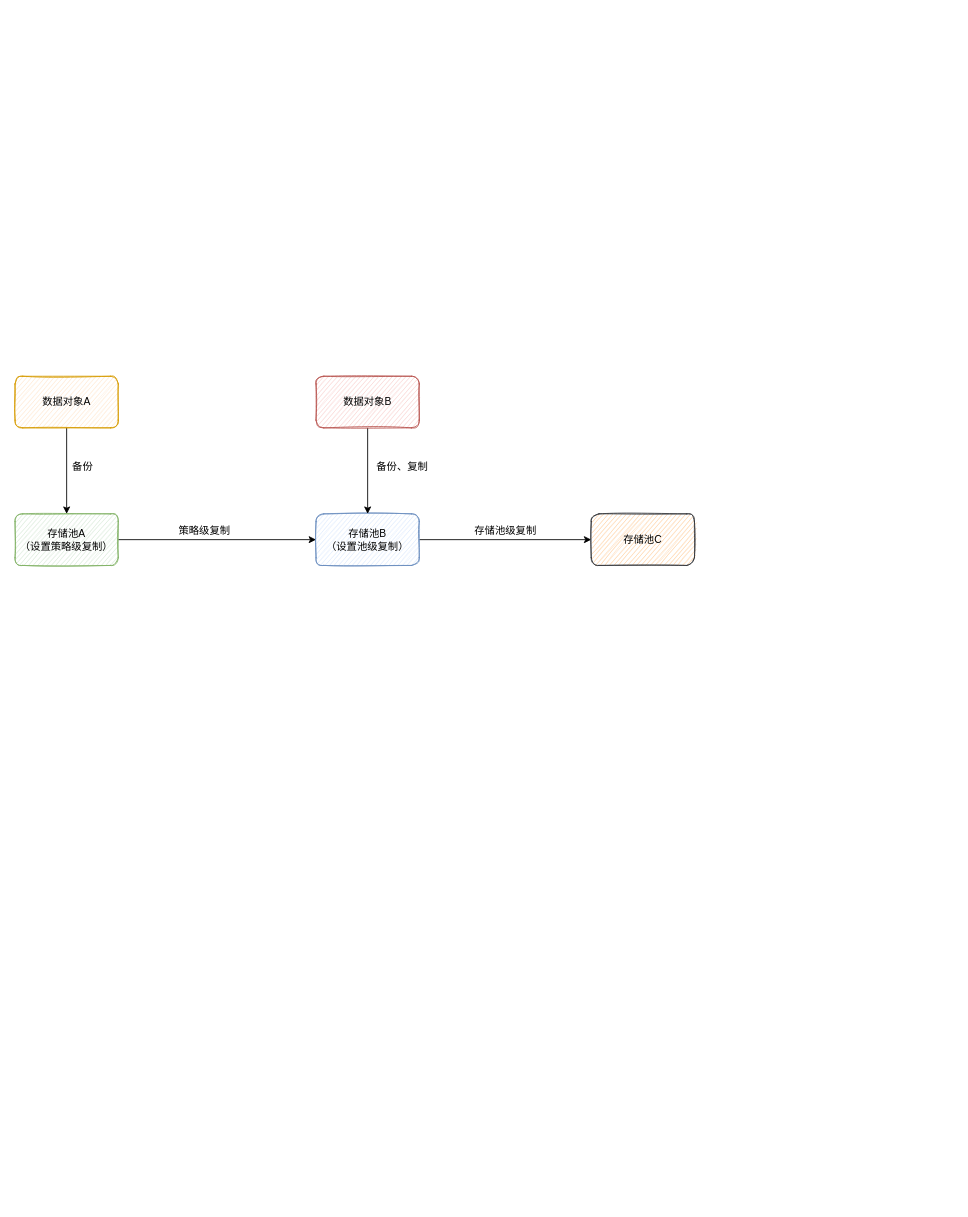
The draw.io diagram 未命名绘图.drawio in maqinzhang/diagrams, before the edit. Source tidied: cells renumbered, new cells numbered last; positions are measured from the earlier drawing's top-left corner, leaving out a move shared by most shapes. Both pictures are drawn from the tidied source at 86%, with x=0, y=0 at pixel (15, 376).
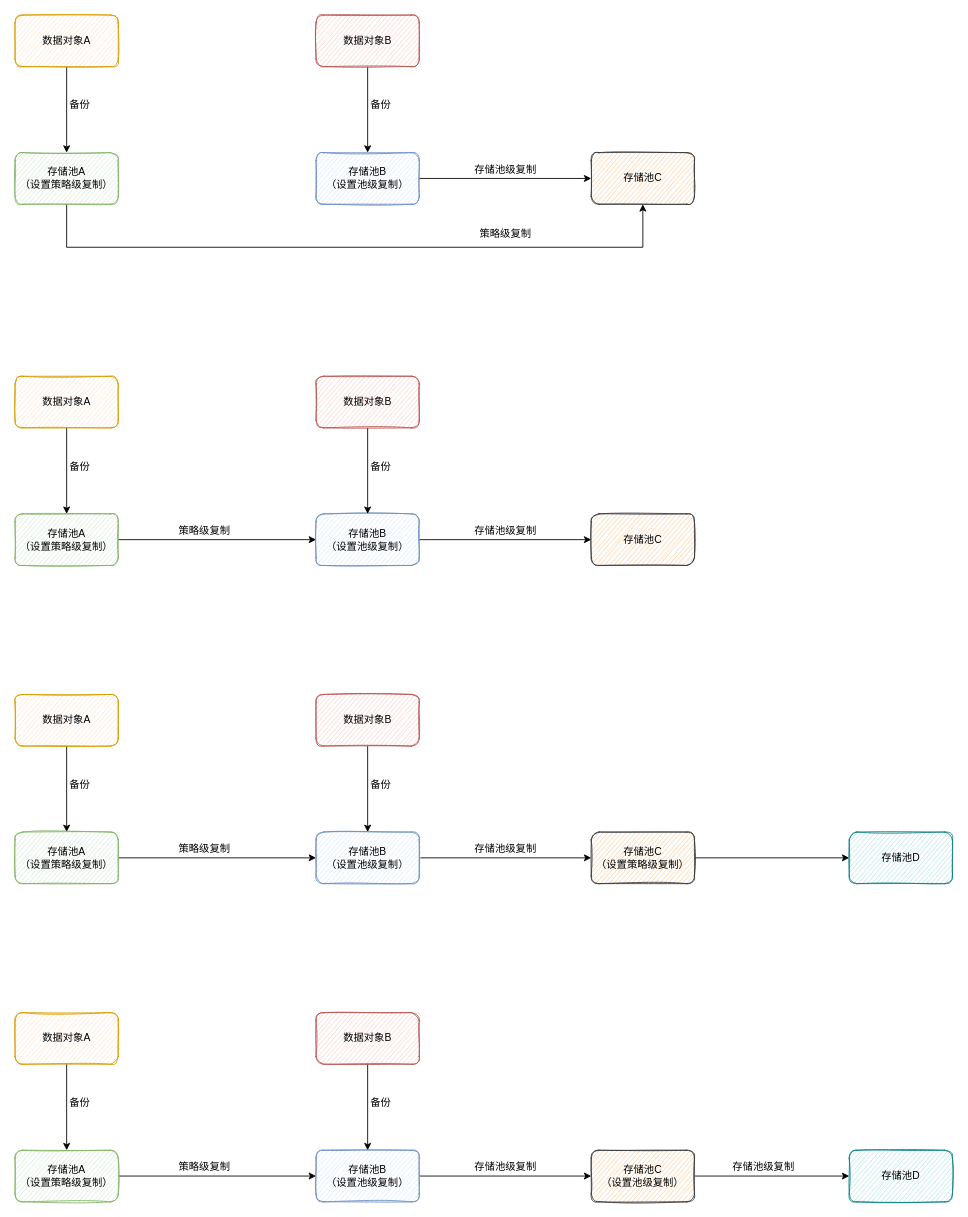
The same page after the edit.

Commit message:
存储池复制流程.drawio

Diff of the diagram source:
```diff
@@
-    <mxCell id="11" value="备份&amp;nbsp; &amp;nbsp;&amp;nbsp;" style="text;html=1;align=center;verticalAlign=middle;strokeColor=none;fillColor=none;" parent="1" vertex="1">
-      <mxGeometry x="55" y="90" width="60" height="30" as="geometry" />
+    <mxCell id="11" value="备份" style="text;html=1;align=center;verticalAlign=middle;strokeColor=none;fillColor=none;" parent="1" vertex="1">
+      <mxGeometry x="50" y="90" width="50" height="30" as="geometry" />
     </mxCell>
-    <mxCell id="12" value="备份、复制" style="text;html=1;align=center;verticalAlign=middle;strokeColor=none;fillColor=none;" parent="1" vertex="1">
-      <mxGeometry x="410" y="90" width="80" height="30" as="geometry" />
+    <mxCell id="12" value="备份" style="text;html=1;align=center;verticalAlign=middle;strokeColor=none;fillColor=none;" parent="1" vertex="1">
+      <mxGeometry x="400" y="90" width="50" height="30" as="geometry" />
     </mxCell>
@@
+    <mxCell id="15" style="edgeStyle=orthogonalEdgeStyle;rounded=0;jettySize=auto;html=1;" parent="1" edge="1" source="16" target="18">
+      <mxGeometry relative="1" as="geometry" />
+    </mxCell>
+    <mxCell id="16" value="数据对象A" style="rounded=1;whiteSpace=wrap;html=1;fillColor=#ffe6cc;strokeColor=#d79b00;glass=0;sketch=1;" parent="1" vertex="1">
+      <mxGeometry y="370" width="120" height="60" as="geometry" />
+    </mxCell>
+    <mxCell id="17" style="edgeStyle=orthogonalEdgeStyle;rounded=0;jettySize=auto;html=1;" parent="1" edge="1" source="18" target="20">
+      <mxGeometry relative="1" as="geometry" />
+    </mxCell>
+    <mxCell id="18" value="存储池A&lt;br&gt;（设置策略级复制）" style="rounded=1;whiteSpace=wrap;html=1;fillColor=#d5e8d4;strokeColor=#82b366;glass=0;sketch=1;" parent="1" vertex="1">
+      <mxGeometry y="530" width="120" height="60" as="geometry" />
+    </mxCell>
+    <mxCell id="19" style="edgeStyle=orthogonalEdgeStyle;rounded=0;jettySize=auto;html=1;" parent="1" edge="1" source="20" target="27">
+      <mxGeometry relative="1" as="geometry" />
+    </mxCell>
+    <mxCell id="20" value="存储池B&lt;br&gt;（设置池级复制）" style="rounded=1;whiteSpace=wrap;html=1;fillColor=#dae8fc;strokeColor=#6c8ebf;glass=0;sketch=1;" parent="1" vertex="1">
+      <mxGeometry x="350" y="530" width="120" height="60" as="geometry" />
+    </mxCell>
+    <mxCell id="21" value="策略级复制" style="text;html=1;align=center;verticalAlign=middle;strokeColor=none;fillColor=none;" parent="1" vertex="1">
+      <mxGeometry x="180" y="535" width="80" height="30" as="geometry" />
+    </mxCell>
+    <mxCell id="22" style="edgeStyle=orthogonalEdgeStyle;rounded=0;jettySize=auto;html=1;" parent="1" edge="1" source="23" target="20">
+      <mxGeometry relative="1" as="geometry" />
+    </mxCell>
+    <mxCell id="23" value="数据对象B" style="rounded=1;whiteSpace=wrap;html=1;fillColor=#f8cecc;strokeColor=#b85450;glass=0;sketch=1;" parent="1" vertex="1">
+      <mxGeometry x="350" y="370" width="120" height="60" as="geometry" />
+    </mxCell>
+    <mxCell id="24" value="备份" style="text;html=1;align=center;verticalAlign=middle;strokeColor=none;fillColor=none;" parent="1" vertex="1">
+      <mxGeometry x="50" y="460" width="50" height="30" as="geometry" />
+    </mxCell>
+    <mxCell id="25" value="备份" style="text;html=1;align=center;verticalAlign=middle;strokeColor=none;fillColor=none;" parent="1" vertex="1">
+      <mxGeometry x="400" y="460" width="50" height="30" as="geometry" />
+    </mxCell>
+    <mxCell id="26" style="edgeStyle=orthogonalEdgeStyle;rounded=0;jettySize=auto;html=1;" parent="1" edge="1" source="27" target="29">
+      <mxGeometry relative="1" as="geometry" />
+    </mxCell>
+    <mxCell id="27" value="存储池C&lt;br&gt;（设置策略级复制）" style="rounded=1;whiteSpace=wrap;html=1;fillColor=#ffcc99;strokeColor=#36393d;glass=0;sketch=1;" parent="1" vertex="1">
+      <mxGeometry x="670" y="530" width="120" height="60" as="geometry" />
+    </mxCell>
+    <mxCell id="28" value="存储池级复制" style="text;html=1;align=center;verticalAlign=middle;strokeColor=none;fillColor=none;" parent="1" vertex="1">
+      <mxGeometry x="520" y="535" width="100" height="30" as="geometry" />
+    </mxCell>
+    <mxCell id="29" value="存储池D" style="rounded=1;whiteSpace=wrap;html=1;fillColor=#b0e3e6;strokeColor=#0e8088;glass=0;sketch=1;" parent="1" vertex="1">
+      <mxGeometry x="970" y="530" width="120" height="60" as="geometry" />
+    </mxCell>
+    <mxCell id="30" style="edgeStyle=orthogonalEdgeStyle;rounded=0;jettySize=auto;html=1;" parent="1" edge="1" source="31" target="33">
+      <mxGeometry relative="1" as="geometry" />
+    </mxCell>
+    <mxCell id="31" value="数据对象A" style="rounded=1;whiteSpace=wrap;html=1;fillColor=#ffe6cc;strokeColor=#d79b00;glass=0;sketch=1;" parent="1" vertex="1">
+      <mxGeometry y="740" width="120" height="60" as="geometry" />
+    </mxCell>
+    <mxCell id="32" style="edgeStyle=orthogonalEdgeStyle;rounded=0;jettySize=auto;html=1;" parent="1" edge="1" source="33" target="35">
+      <mxGeometry relative="1" as="geometry" />
+    </mxCell>
+    <mxCell id="33" value="存储池A&lt;br&gt;（设置策略级复制）" style="rounded=1;whiteSpace=wrap;html=1;fillColor=#d5e8d4;strokeColor=#82b366;glass=0;sketch=1;" parent="1" vertex="1">
+      <mxGeometry y="900" width="120" height="60" as="geometry" />
+    </mxCell>
+    <mxCell id="34" style="edgeStyle=orthogonalEdgeStyle;rounded=0;jettySize=auto;html=1;" parent="1" edge="1" source="35" target="42">
+      <mxGeometry relative="1" as="geometry" />
+    </mxCell>
+    <mxCell id="35" value="存储池B&lt;br&gt;（设置池级复制）" style="rounded=1;whiteSpace=wrap;html=1;fillColor=#dae8fc;strokeColor=#6c8ebf;glass=0;sketch=1;" parent="1" vertex="1">
+      <mxGeometry x="350" y="900" width="120" height="60" as="geometry" />
+    </mxCell>
+    <mxCell id="36" value="策略级复制" style="text;html=1;align=center;verticalAlign=middle;strokeColor=none;fillColor=none;" parent="1" vertex="1">
+      <mxGeometry x="180" y="905" width="80" height="30" as="geometry" />
+    </mxCell>
+    <mxCell id="37" style="edgeStyle=orthogonalEdgeStyle;rounded=0;jettySize=auto;html=1;" parent="1" edge="1" source="38" target="35">
+      <mxGeometry relative="1" as="geometry" />
+    </mxCell>
+    <mxCell id="38" value="数据对象B" style="rounded=1;whiteSpace=wrap;html=1;fillColor=#f8cecc;strokeColor=#b85450;glass=0;sketch=1;" parent="1" vertex="1">
+      <mxGeometry x="350" y="740" width="120" height="60" as="geometry" />
+    </mxCell>
+    <mxCell id="39" value="备份" style="text;html=1;align=center;verticalAlign=middle;strokeColor=none;fillColor=none;" parent="1" vertex="1">
+      <mxGeometry x="50" y="830" width="50" height="30" as="geometry" />
+    </mxCell>
+    <mxCell id="40" value="备份" style="text;html=1;align=center;verticalAlign=middle;strokeColor=none;fillColor=none;" parent="1" vertex="1">
+      <mxGeometry x="400" y="830" width="50" height="30" as="geometry" />
+    </mxCell>
+    <mxCell id="41" style="edgeStyle=orthogonalEdgeStyle;rounded=0;jettySize=auto;html=1;" parent="1" edge="1" source="42" target="44">
+      <mxGeometry relative="1" as="geometry" />
+    </mxCell>
+    <mxCell id="42" value="存储池C&lt;br&gt;（设置池级复制）" style="rounded=1;whiteSpace=wrap;html=1;fillColor=#ffcc99;strokeColor=#36393d;glass=0;sketch=1;" parent="1" vertex="1">
+      <mxGeometry x="670" y="900" width="120" height="60" as="geometry" />
+    </mxCell>
+    <mxCell id="43" value="存储池级复制" style="text;html=1;align=center;verticalAlign=middle;strokeColor=none;fillColor=none;" parent="1" vertex="1">
+      <mxGeometry x="520" y="905" width="100" height="30" as="geometry" />
+    </mxCell>
+    <mxCell id="44" value="存储池D" style="rounded=1;whiteSpace=wrap;html=1;fillColor=#b0e3e6;strokeColor=#0e8088;glass=0;sketch=1;" parent="1" vertex="1">
+      <mxGeometry x="970" y="900" width="120" height="60" as="geometry" />
+    </mxCell>
+    <mxCell id="45" value="存储池级复制" style="text;html=1;align=center;verticalAlign=middle;strokeColor=none;fillColor=none;" parent="1" vertex="1">
+      <mxGeometry x="820" y="905" width="100" height="30" as="geometry" />
+    </mxCell>
+    <mxCell id="46" style="edgeStyle=orthogonalEdgeStyle;rounded=0;jettySize=auto;html=1;" parent="1" edge="1" source="47" target="49">
+      <mxGeometry relative="1" as="geometry" />
+    </mxCell>
+    <mxCell id="47" value="数据对象A" style="rounded=1;whiteSpace=wrap;html=1;fillColor=#ffe6cc;strokeColor=#d79b00;glass=0;sketch=1;" parent="1" vertex="1">
+      <mxGeometry y="-420" width="120" height="60" as="geometry" />
+    </mxCell>
+    <mxCell id="48" style="edgeStyle=orthogonalEdgeStyle;rounded=0;jettySize=auto;html=1;entryX=0.5;entryY=1;entryDx=0;entryDy=0;" parent="1" edge="1" source="49" target="57">
+      <mxGeometry relative="1" as="geometry">
+        <Array as="points">
+          <mxPoint x="60" y="-150" />
+          <mxPoint x="730" y="-150" />
+        </Array>
+      </mxGeometry>
+    </mxCell>
+    <mxCell id="49" value="存储池A&lt;br&gt;（设置策略级复制）" style="rounded=1;whiteSpace=wrap;html=1;fillColor=#d5e8d4;strokeColor=#82b366;glass=0;sketch=1;" parent="1" vertex="1">
+      <mxGeometry y="-260" width="120" height="60" as="geometry" />
+    </mxCell>
+    <mxCell id="50" style="edgeStyle=orthogonalEdgeStyle;rounded=0;jettySize=auto;html=1;" parent="1" edge="1" source="51" target="57">
+      <mxGeometry relative="1" as="geometry" />
+    </mxCell>
+    <mxCell id="51" value="存储池B&lt;br&gt;（设置池级复制）" style="rounded=1;whiteSpace=wrap;html=1;fillColor=#dae8fc;strokeColor=#6c8ebf;glass=0;sketch=1;" parent="1" vertex="1">
+      <mxGeometry x="350" y="-260" width="120" height="60" as="geometry" />
+    </mxCell>
+    <mxCell id="52" value="策略级复制" style="text;html=1;align=center;verticalAlign=middle;strokeColor=none;fillColor=none;" parent="1" vertex="1">
+      <mxGeometry x="530" y="-180" width="80" height="30" as="geometry" />
+    </mxCell>
+    <mxCell id="53" style="edgeStyle=orthogonalEdgeStyle;rounded=0;jettySize=auto;html=1;" parent="1" edge="1" source="54" target="51">
+      <mxGeometry relative="1" as="geometry" />
+    </mxCell>
+    <mxCell id="54" value="数据对象B" style="rounded=1;whiteSpace=wrap;html=1;fillColor=#f8cecc;strokeColor=#b85450;glass=0;sketch=1;" parent="1" vertex="1">
+      <mxGeometry x="350" y="-420" width="120" height="60" as="geometry" />
+    </mxCell>
+    <mxCell id="55" value="备份" style="text;html=1;align=center;verticalAlign=middle;strokeColor=none;fillColor=none;" parent="1" vertex="1">
+      <mxGeometry x="50" y="-330" width="50" height="30" as="geometry" />
+    </mxCell>
+    <mxCell id="56" value="备份" style="text;html=1;align=center;verticalAlign=middle;strokeColor=none;fillColor=none;" parent="1" vertex="1">
+      <mxGeometry x="400" y="-330" width="50" height="30" as="geometry" />
+    </mxCell>
+    <mxCell id="57" value="存储池C" style="rounded=1;whiteSpace=wrap;html=1;fillColor=#ffcc99;strokeColor=#36393d;glass=0;sketch=1;" parent="1" vertex="1">
+      <mxGeometry x="670" y="-260" width="120" height="60" as="geometry" />
+    </mxCell>
+    <mxCell id="58" value="存储池级复制" style="text;html=1;align=center;verticalAlign=middle;strokeColor=none;fillColor=none;" parent="1" vertex="1">
+      <mxGeometry x="520" y="-255" width="100" height="30" as="geometry" />
+    </mxCell>
```
